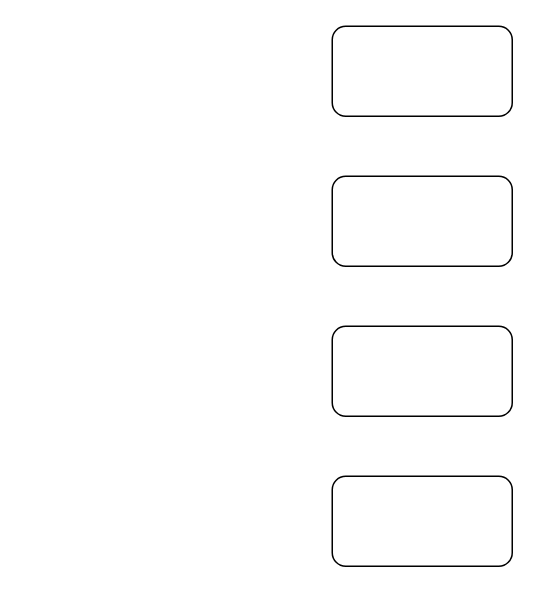
This is 二手房价格预测-机器学习.drawio from redcomet88/DRAW, a draw.io file, before an edit. Source tidied: cells renumbered, new cells numbered last; positions are measured from the earlier drawing's top-left corner, leaving out a move shared by most shapes. Both pictures are drawn from the tidied source at 150%, with x=0, y=0 at pixel (332, 26).
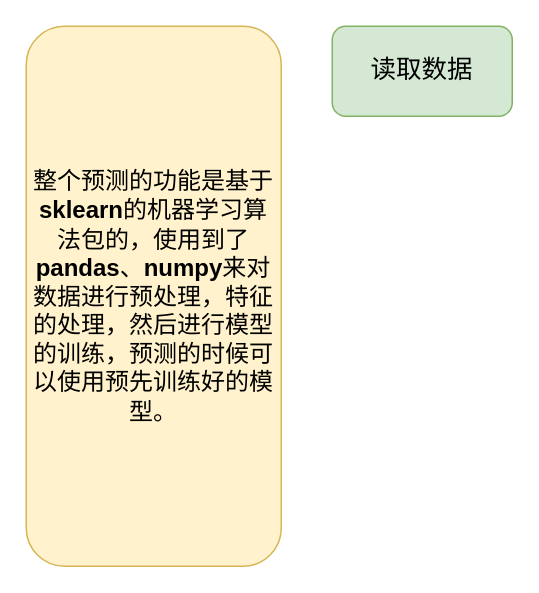
The same page after the edit.

Commit message (it also covers changes not shown here):
Update 二手房价格预测-机器学习.drawio

The edit, as a diff of the source:
```diff
@@
 <mxGraphModel>
   <root>
     <mxCell id="0" />
     <mxCell id="1" parent="0" />
-    <mxCell id="2" style="rounded=1;whiteSpace=wrap;html=1;" parent="1" vertex="1">
+    <mxCell id="2" value="读取数据" style="rounded=1;whiteSpace=wrap;html=1;fillColor=#d5e8d4;strokeColor=#82b366;fontSize=17;" parent="1" vertex="1">
       <mxGeometry width="120" height="60" as="geometry" />
     </mxCell>
-    <mxCell id="3" style="rounded=1;whiteSpace=wrap;html=1;" parent="1" vertex="1">
-      <mxGeometry y="100" width="120" height="60" as="geometry" />
-    </mxCell>
-    <mxCell id="4" style="rounded=1;whiteSpace=wrap;html=1;" parent="1" vertex="1">
-      <mxGeometry y="200" width="120" height="60" as="geometry" />
-    </mxCell>
-    <mxCell id="5" style="rounded=1;whiteSpace=wrap;html=1;" parent="1" vertex="1">
-      <mxGeometry y="300" width="120" height="60" as="geometry" />
-    </mxCell>
+    <mxCell id="6" value="&lt;font style=&quot;font-size: 16px&quot;&gt;整个预测的功能是基于&lt;b&gt;sklearn&lt;/b&gt;的机器学习算法包的，使用到了&lt;b&gt;pandas&lt;/b&gt;、&lt;b&gt;numpy&lt;/b&gt;来对数据进行预处理，特征的处理，然后进行模型的训练，预测的时候可以使用预先训练好的模型。&lt;/font&gt;" style="rounded=1;whiteSpace=wrap;html=1;fillColor=#fff2cc;strokeColor=#d6b656;" parent="1" vertex="1">
+      <mxGeometry x="-204" width="170" height="360" as="geometry" />
+    </mxCell>
   </root>
 </mxGraphModel>
```
